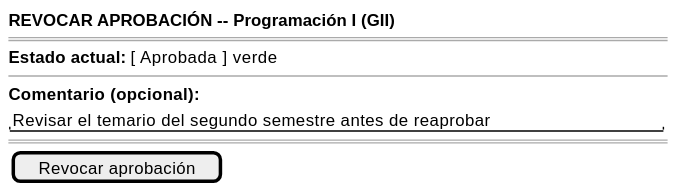
The PlantUML diagram images/RUP/01-requisitos/03-detalle-casos-uso/revocarAprobacionGuia/wireframe.svg in mmasias/pyCeldaPublico, before a commit.
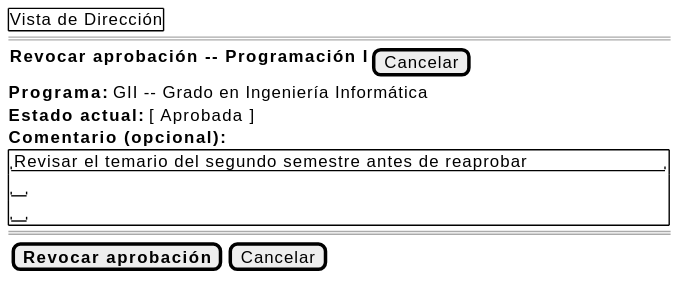
The same file after the commit.

The edit, as a diff of the source:
```diff
@@ -1,12 +1,17 @@
 @startsalt revocarAprobacionGuia-wireframe
 {
-    <b>REVOCAR APROBACIÓN -- Programación I (GII)</b>
+    {+ Vista de Dirección }
     ====
-    <b>Estado actual:</b> [ Aprobada ] verde
-    --
+    {<b>Revocar aprobación -- Programación I</b> | [Cancelar]}
+    <b>Programa:</b> GII -- Grado en Ingeniería Informática
+    <b>Estado actual:</b> [ Aprobada ]
     <b>Comentario (opcional):</b>
-    "Revisar el temario del segundo semestre antes de reaprobar"
+    {+
+        "Revisar el temario del segundo semestre antes de reaprobar"
+        " "
+        " "
+    }
     ====
-    {[Revocar aprobación]}
+    {[<b>Revocar aprobación</b>] | [Cancelar]}
 }
 @endsalt
```
